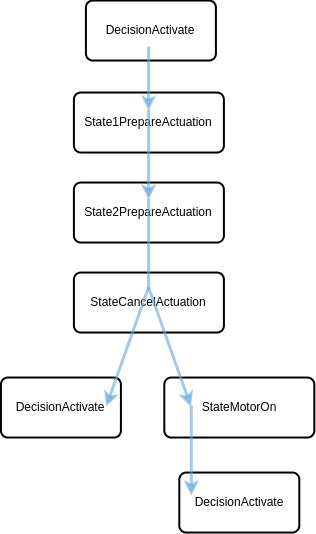
The draw.io diagram examples-platformIO/launch-pad-motor/assets/path-statechart.png in guimaraaes/cutes, before a commit. Source tidied: cells renumbered, new cells last; positions are measured from the earlier drawing's top-left corner, leaving out a move shared by most shapes.
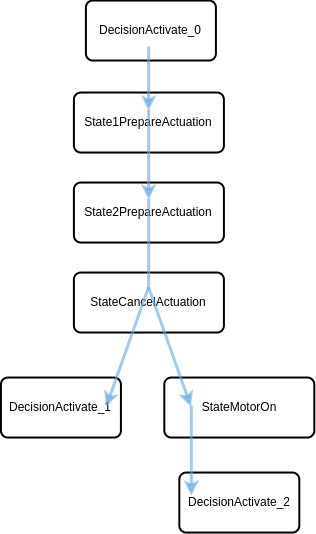
After the change.

Commit message:
refactor: update path-statechart examples

The edit, as a diff of the source:
```diff
@@ -2,7 +2,7 @@
   <root>
     <mxCell id="0" />
     <mxCell id="1" parent="0" />
-    <mxCell id="2" value="DecisionActivate" style="rounded=1;whiteSpace=wrap;html=1;absoluteArcSize=1;arcSize=14;strokeWidth=2;" parent="1" vertex="1">
+    <mxCell id="2" value="DecisionActivate_0" style="rounded=1;whiteSpace=wrap;html=1;absoluteArcSize=1;arcSize=14;strokeWidth=2;" parent="1" vertex="1">
       <mxGeometry x="85.4" width="130" height="60" as="geometry" />
     </mxCell>
     <mxCell id="3" value="State1PrepareActuation" style="rounded=1;whiteSpace=wrap;html=1;absoluteArcSize=1;arcSize=14;strokeWidth=2;" parent="1" vertex="1">
@@ -14,13 +14,13 @@
     <mxCell id="5" value="StateCancelActuation" style="rounded=1;whiteSpace=wrap;html=1;absoluteArcSize=1;arcSize=14;strokeWidth=2;" parent="1" vertex="1">
       <mxGeometry x="73.4" y="272" width="150" height="60" as="geometry" />
     </mxCell>
-    <mxCell id="6" value="DecisionActivate" style="rounded=1;whiteSpace=wrap;html=1;absoluteArcSize=1;arcSize=14;strokeWidth=2;" parent="1" vertex="1">
+    <mxCell id="6" value="DecisionActivate_1" style="rounded=1;whiteSpace=wrap;html=1;absoluteArcSize=1;arcSize=14;strokeWidth=2;" parent="1" vertex="1">
       <mxGeometry x="0.4" y="377" width="120" height="60" as="geometry" />
     </mxCell>
     <mxCell id="7" value="StateMotorOn" style="rounded=1;whiteSpace=wrap;html=1;absoluteArcSize=1;arcSize=14;strokeWidth=2;" parent="1" vertex="1">
       <mxGeometry x="163.8" y="377" width="150" height="60" as="geometry" />
     </mxCell>
-    <mxCell id="8" value="DecisionActivate" style="rounded=1;whiteSpace=wrap;html=1;absoluteArcSize=1;arcSize=14;strokeWidth=2;" parent="1" vertex="1">
+    <mxCell id="8" value="DecisionActivate_2" style="rounded=1;whiteSpace=wrap;html=1;absoluteArcSize=1;arcSize=14;strokeWidth=2;" parent="1" vertex="1">
       <mxGeometry x="178.8" y="472" width="120" height="60" as="geometry" />
     </mxCell>
     <mxCell id="9" style="endArrow=classic;html=1;rounded=0;fillColor=#dae8fc;strokeColor=#63a8df;strokeWidth=3;opacity=60;endSize=6;startSize=6;" parent="1" edge="1">
```
